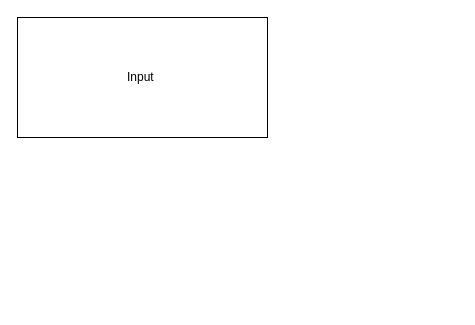
craigphicks-public/draw.io keeps this draw.io diagram as Untitled Diagram.drawio. Above is the earlier version. Source tidied: cells renumbered, new cells numbered last; positions are measured from the earlier drawing's top-left corner, leaving out a move shared by most shapes. Both pictures are drawn from the tidied source at 100%, with x=0, y=0 at pixel (17, 17).
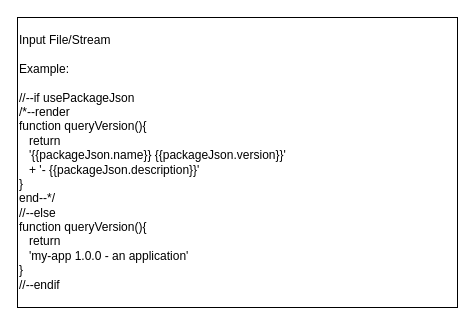
After the change.

Change to the diagram source:
```diff
@@
 <mxGraphModel>
   <root>
     <mxCell id="0" />
     <mxCell id="1" parent="0" />
-    <mxCell id="2" value="Input&amp;nbsp;" style="rounded=0;whiteSpace=wrap;html=1;" parent="1" vertex="1">
-      <mxGeometry width="250" height="120" as="geometry" />
+    <mxCell id="2" value="Input File/Stream&lt;br&gt;&lt;br&gt;Example:&lt;br&gt;&lt;br&gt;//--if usePackageJson&lt;br&gt;&lt;div&gt;/*--render&amp;nbsp;&lt;/div&gt;&lt;div&gt;function queryVersion(){&lt;/div&gt;&lt;div&gt;&amp;nbsp; &amp;nbsp;return&amp;nbsp;&lt;/div&gt;&lt;div&gt;&amp;nbsp; &amp;nbsp;'{{packageJson.name}} {{packageJson.version}}'&lt;/div&gt;&lt;div&gt;&amp;nbsp; &amp;nbsp;+ '- {{packageJson.description}}'&lt;/div&gt;&lt;div&gt;}&lt;/div&gt;&lt;div&gt;end--*/&lt;/div&gt;//--else&lt;br&gt;&lt;div&gt;function queryVersion(){&lt;/div&gt;&lt;div&gt;&amp;nbsp; &amp;nbsp;return&amp;nbsp;&lt;/div&gt;&lt;div&gt;&amp;nbsp; &amp;nbsp;'my-app 1.0.0 - an application'&lt;/div&gt;&lt;div&gt;}&lt;/div&gt;//--endif" style="rounded=0;whiteSpace=wrap;html=1;align=left;" parent="1" vertex="1">
+      <mxGeometry width="440" height="290" as="geometry" />
     </mxCell>
   </root>
 </mxGraphModel>
```
